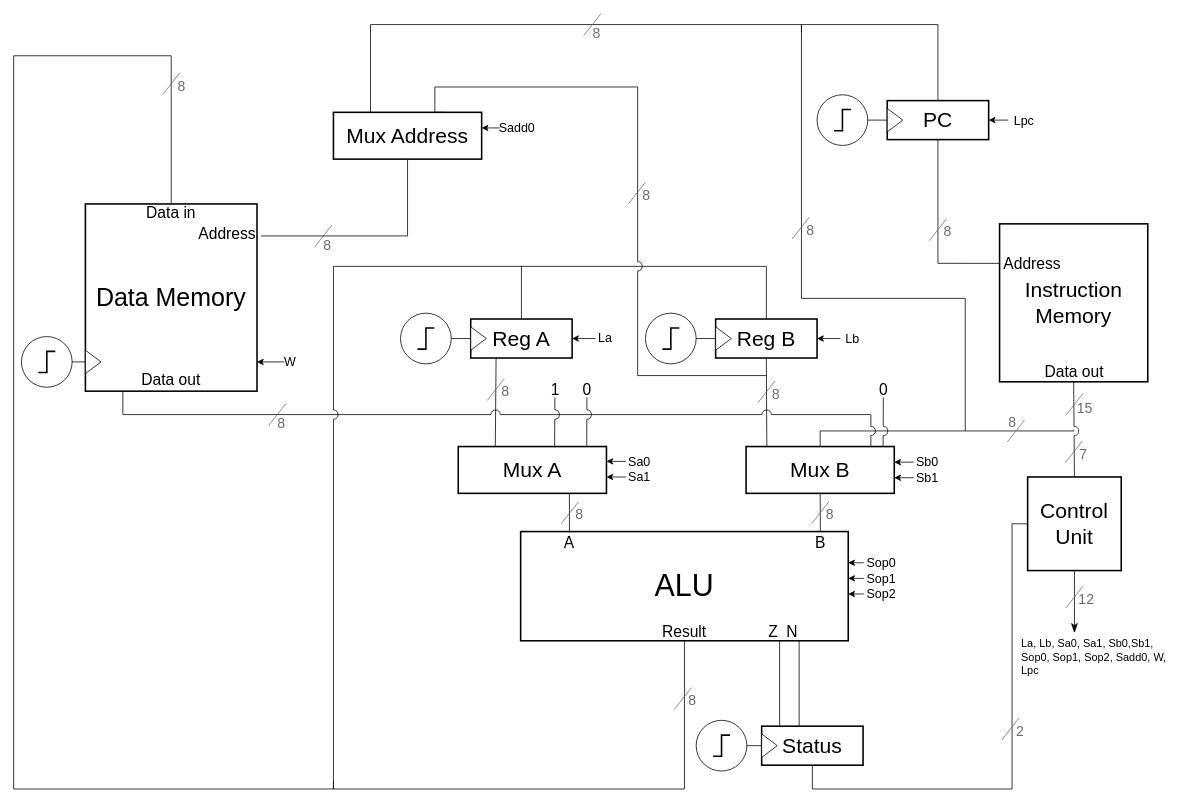
fediaz3/syllabus-2021-1 keeps this draw.io diagram as page "Diagram" (1 of 3) of Material complementario/diagrama_pc_basico.drawio. Above is the earlier version. Source tidied: cells renumbered, new cells numbered last; positions are measured from the earlier drawing's top-left corner, leaving out a move shared by most shapes. Both pictures are drawn from the tidied source at 78%, with x=0, y=0 at pixel (13, 13).
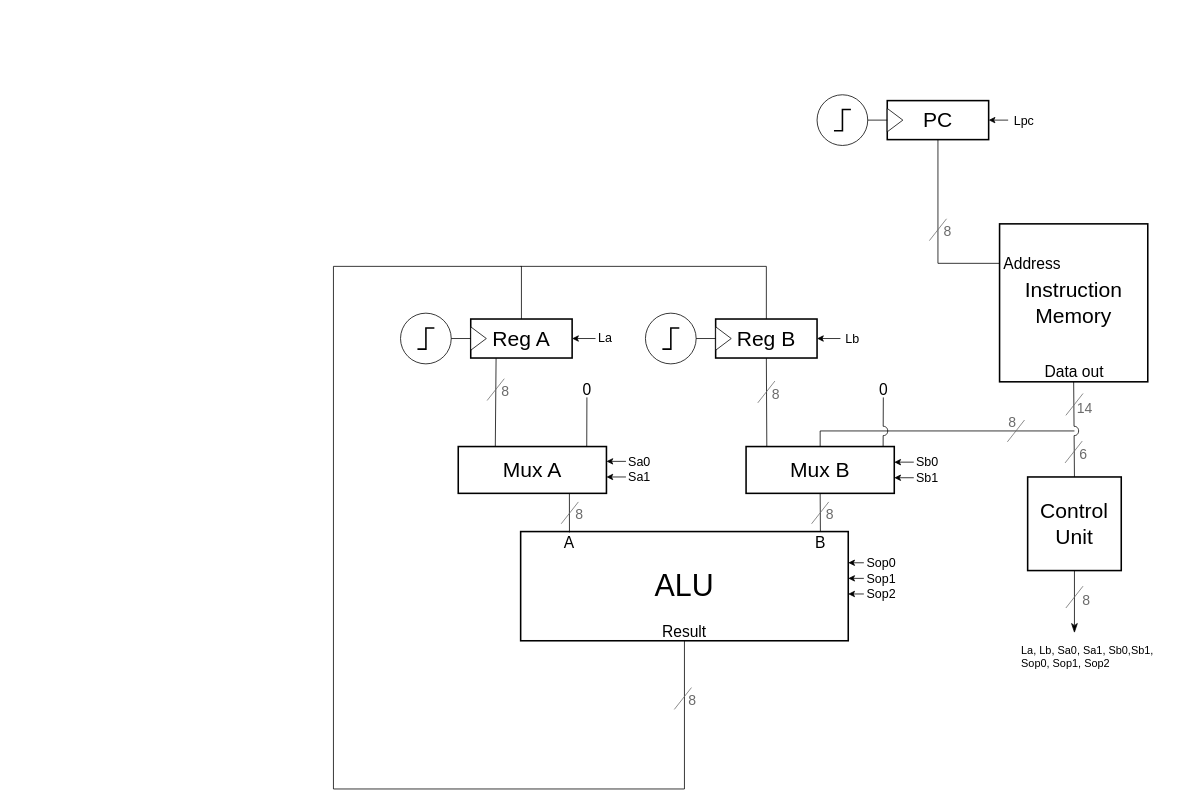
The same page after the edit.

Commit message (it also covers changes not shown here):
simplificacion diagrama alu

The change refers to these unchanged cells:
```xml
<mxCell id="10" value="&lt;font style=&quot;font-size: 27px&quot;&gt;Mux A&lt;/font&gt;" style="html=1;whiteSpace=wrap;strokeWidth=2;" parent="1" vertex="1">
  <mxGeometry x="570" y="555" width="190" height="60" as="geometry" />
</mxCell>
<mxCell id="13" value="&lt;font style=&quot;font-size: 27px&quot;&gt;Mux B&lt;br&gt;&lt;/font&gt;" style="html=1;whiteSpace=wrap;strokeWidth=2;" parent="1" vertex="1">
  <mxGeometry x="939" y="555" width="190" height="60" as="geometry" />
</mxCell>
<mxCell id="44" value="&lt;font style=&quot;font-size: 39px&quot;&gt;ALU&lt;br&gt;&lt;/font&gt;" style="html=1;whiteSpace=wrap;strokeWidth=2;" parent="1" vertex="1">
  <mxGeometry x="650" y="664" width="420" height="140" as="geometry" />
</mxCell>
<mxCell id="73" value="&lt;font style=&quot;font-size: 27px&quot;&gt;Control Unit&lt;br&gt;&lt;/font&gt;" style="html=1;whiteSpace=wrap;strokeWidth=2;" parent="1" vertex="1">
  <mxGeometry x="1300" y="594" width="120" height="120" as="geometry" />
</mxCell>
<mxCell id="95" value="&lt;font style=&quot;font-size: 27px&quot;&gt;PC&lt;br&gt;&lt;/font&gt;" style="html=1;whiteSpace=wrap;strokeWidth=2;" parent="1" vertex="1">
  <mxGeometry x="1120" y="111.5" width="130" height="50" as="geometry" />
</mxCell>
```

What changed in the source:
```diff
@@
-    <mxCell id="7" style="edgeStyle=orthogonalEdgeStyle;rounded=0;jumpStyle=arc;jumpSize=12;orthogonalLoop=1;jettySize=auto;html=1;endArrow=none;endFill=0;" parent="1" edge="1">
-      <mxGeometry relative="1" as="geometry">
-        <mxPoint x="965" y="464" as="sourcePoint" />
-        <mxPoint x="800" y="464" as="targetPoint" />
-        <Array as="points">
-          <mxPoint x="965" y="464" />
-        </Array>
-      </mxGeometry>
-    </mxCell>
@@
-    <mxCell id="14" style="edgeStyle=orthogonalEdgeStyle;rounded=0;jettySize=auto;html=1;entryX=0.842;entryY=0.003;entryDx=0;entryDy=0;entryPerimeter=0;jumpStyle=arc;jumpSize=12;endArrow=none;endFill=0;exitX=0.5;exitY=1;exitDx=0;exitDy=0;" parent="1" edge="1" source="15" target="13">
-      <mxGeometry relative="1" as="geometry">
-        <Array as="points">
-          <mxPoint x="140" y="514" />
-          <mxPoint x="1099" y="514" />
-        </Array>
-      </mxGeometry>
-    </mxCell>
-    <mxCell id="15" value="&lt;font style=&quot;font-size: 32px&quot;&gt;Data Memory&lt;br&gt;&lt;/font&gt;" style="html=1;whiteSpace=wrap;strokeWidth=2;" parent="1" vertex="1">
-      <mxGeometry x="92" y="244" width="220" height="240" as="geometry" />
-    </mxCell>
-    <mxCell id="16" value="&lt;font style=&quot;font-size: 20px&quot;&gt;Data out&lt;/font&gt;" style="text;html=1;strokeColor=none;fillColor=none;align=center;verticalAlign=middle;whiteSpace=wrap;rounded=0;" parent="15" vertex="1">
-      <mxGeometry x="60" y="215" width="100" height="20" as="geometry" />
-    </mxCell>
-    <mxCell id="17" value="&lt;span style=&quot;font-size: 20px&quot;&gt;Address&lt;/span&gt;" style="text;html=1;strokeColor=none;fillColor=none;align=center;verticalAlign=middle;whiteSpace=wrap;rounded=0;" parent="15" vertex="1">
-      <mxGeometry x="140" y="28" width="84" height="20" as="geometry" />
-    </mxCell>
-    <mxCell id="18" value="&lt;font style=&quot;font-size: 20px&quot;&gt;Data in&lt;/font&gt;" style="text;html=1;strokeColor=none;fillColor=none;align=center;verticalAlign=middle;whiteSpace=wrap;rounded=0;" parent="15" vertex="1">
-      <mxGeometry x="60" width="100" height="20" as="geometry" />
-    </mxCell>
@@
-    <mxCell id="23" style="edgeStyle=none;rounded=0;jumpStyle=arc;jumpSize=12;jettySize=auto;html=1;endArrow=none;endFill=0;endSize=6;strokeWidth=1;entryX=0.65;entryY=0.019;entryDx=0;entryDy=0;entryPerimeter=0;" parent="1" edge="1" source="24" target="10">
-      <mxGeometry relative="1" as="geometry" />
-    </mxCell>
-    <mxCell id="24" value="&lt;font style=&quot;font-size: 20px&quot;&gt;&lt;span&gt;1&lt;/span&gt;&lt;/font&gt;" style="text;html=1;align=center;verticalAlign=middle;points=[];" parent="1" vertex="1">
-      <mxGeometry x="679" y="472" width="30" height="20" as="geometry" />
-    </mxCell>
@@
-    <mxCell id="47" value="&lt;font style=&quot;font-size: 20px&quot;&gt;Z&amp;nbsp; N&amp;nbsp;&lt;br&gt;&lt;/font&gt;" style="text;html=1;align=center;verticalAlign=middle;fontSize=11;" parent="44" vertex="1">
-      <mxGeometry x="309" y="118" width="60" height="20" as="geometry" />
-    </mxCell>
@@
-    <mxCell id="64" style="edgeStyle=orthogonalEdgeStyle;rounded=0;jumpStyle=arc;jumpSize=12;jettySize=auto;html=1;exitX=0.5;exitY=1;exitDx=0;exitDy=0;entryX=0;entryY=0.5;entryDx=0;entryDy=0;endArrow=none;endFill=0;endSize=6;strokeColor=#000000;strokeWidth=1;fontSize=10;" parent="1" edge="1" source="65" target="73">
-      <mxGeometry relative="1" as="geometry">
-        <Array as="points">
-          <mxPoint x="1024" y="994" />
-          <mxPoint x="1280" y="994" />
-          <mxPoint x="1280" y="654" />
-        </Array>
-      </mxGeometry>
-    </mxCell>
-    <mxCell id="65" value="&lt;font style=&quot;font-size: 27px&quot;&gt;Status&lt;br&gt;&lt;/font&gt;" style="html=1;whiteSpace=wrap;strokeWidth=2;" parent="1" vertex="1">
-      <mxGeometry x="959" y="913.5" width="130" height="50" as="geometry" />
-    </mxCell>
-    <mxCell id="66" style="triangle;html=1;whiteSpace=wrap;" parent="65" vertex="1">
-      <mxGeometry y="10" width="20" height="30" as="geometry" />
-    </mxCell>
-    <mxCell id="67" style="group;" parent="1" vertex="1">
-      <mxGeometry x="875" y="906" width="65" height="65" as="geometry" />
-    </mxCell>
-    <mxCell id="68" style="verticalLabelPosition=middle;shadow=0;dashed=0;align=center;html=1;verticalAlign=middle;strokeWidth=1;shape=ellipse;fontSize=50;fontStyle=1;perimeter=ellipsePerimeter;" parent="67" vertex="1">
-      <mxGeometry width="65" height="65" as="geometry" />
-    </mxCell>
-    <mxCell id="69" style="verticalLabelPosition=bottom;shadow=0;dashed=0;align=center;html=1;verticalAlign=top;shape=mxgraph.electrical.waveforms.step_1;strokeWidth=2;" parent="67" vertex="1">
-      <mxGeometry x="21.7" y="19" width="21.7" height="27.1" as="geometry" />
-    </mxCell>
-    <mxCell id="70" style="rounded=0;jumpStyle=arc;jumpSize=16;jettySize=auto;html=1;exitX=1;exitY=0.5;exitDx=0;exitDy=0;strokeColor=#000000;endFill=0;anchorPointDirection=0;strokeWidth=1;snapToPoint=0;elbow=vertical;endArrow=none;startArrow=none;startFill=0;entryX=0;entryY=0.5;entryDx=0;entryDy=0;" parent="1" edge="1" source="68" target="66">
-      <mxGeometry relative="1" as="geometry" />
-    </mxCell>
-    <mxCell id="71" style="endArrow=none;html=1;strokeWidth=1;fontSize=10;" parent="1" edge="1">
-      <mxGeometry relative="1" as="geometry">
-        <mxPoint x="982" y="804" as="sourcePoint" />
-        <mxPoint x="982" y="914" as="targetPoint" />
-      </mxGeometry>
-    </mxCell>
-    <mxCell id="72" style="endArrow=none;html=1;strokeWidth=1;fontSize=10;" parent="1" edge="1">
-      <mxGeometry relative="1" as="geometry">
-        <mxPoint x="1007" y="804" as="sourcePoint" />
-        <mxPoint x="1007" y="914" as="targetPoint" />
-      </mxGeometry>
-    </mxCell>
@@
-    <mxCell id="74" style="verticalLabelPosition=bottom;shadow=0;dashed=0;align=center;html=1;verticalAlign=top;shape=mxgraph.electrical.transmission.bus_width;strokeColor=#6B6B6B;strokeWidth=1;movableLabel=1;" parent="1" vertex="1">
-      <mxGeometry x="1267" y="903" width="22" height="28" as="geometry">
-        <mxPoint x="21" y="-32" as="offset" />
-      </mxGeometry>
-    </mxCell>
-    <mxCell id="75" value="&lt;font style=&quot;font-size: 18px&quot; color=&quot;#6b6b6b&quot;&gt;2&lt;/font&gt;" style="text;html=1;align=center;verticalAlign=middle;fillColor=none;strokeColor=none;rounded=0;" parent="1" vertex="1">
-      <mxGeometry x="1275" y="910" width="30" height="20" as="geometry" />
-    </mxCell>
@@
-    <mxCell id="77" value="&lt;font style=&quot;font-size: 14px&quot;&gt;La, Lb, Sa0, Sa1, Sb0,Sb1, Sop0, Sop1, Sop2, Sadd0, W, Lpc&lt;br&gt;&lt;br&gt;&lt;/font&gt;" style="text;html=1;strokeColor=none;fillColor=none;align=left;verticalAlign=middle;whiteSpace=wrap;rounded=0;fontSize=10;" parent="1" vertex="1">
+    <mxCell id="77" value="&lt;font style=&quot;font-size: 14px&quot;&gt;La, Lb, Sa0, Sa1, Sb0,Sb1, Sop0, Sop1, Sop2&lt;br&gt;&lt;br&gt;&lt;/font&gt;" style="text;html=1;strokeColor=none;fillColor=none;align=left;verticalAlign=middle;whiteSpace=wrap;rounded=0;fontSize=10;" parent="1" vertex="1">
       <mxGeometry x="1290" y="781" width="196" height="103" as="geometry" />
     </mxCell>
@@
-    <mxCell id="79" value="&lt;font style=&quot;font-size: 18px&quot; color=&quot;#6b6b6b&quot;&gt;12&lt;/font&gt;" style="text;html=1;align=center;verticalAlign=middle;fillColor=none;strokeColor=none;rounded=0;" parent="1" vertex="1">
-      <mxGeometry x="1355" y="742" width="40" height="20" as="geometry" />
+    <mxCell id="79" value="&lt;font style=&quot;font-size: 18px&quot; color=&quot;#6b6b6b&quot;&gt;8&lt;/font&gt;" style="text;html=1;align=center;verticalAlign=middle;fillColor=none;strokeColor=none;rounded=0;" parent="1" vertex="1">
+      <mxGeometry x="1360" y="742" width="30" height="20" as="geometry" />
     </mxCell>
@@
-    <mxCell id="91" value="&lt;font style=&quot;font-size: 18px&quot; color=&quot;#6b6b6b&quot;&gt;15&lt;/font&gt;" style="text;html=1;align=center;verticalAlign=middle;fillColor=none;strokeColor=none;rounded=0;" parent="1" vertex="1">
+    <mxCell id="91" value="&lt;font style=&quot;font-size: 18px&quot; color=&quot;#6b6b6b&quot;&gt;14&lt;/font&gt;" style="text;html=1;align=center;verticalAlign=middle;fillColor=none;strokeColor=none;rounded=0;" parent="1" vertex="1">
       <mxGeometry x="1353" y="496" width="40" height="20" as="geometry" />
     </mxCell>
@@
-    <mxCell id="93" value="&lt;font style=&quot;font-size: 18px&quot; color=&quot;#6b6b6b&quot;&gt;7&lt;/font&gt;" style="text;html=1;align=center;verticalAlign=middle;fillColor=none;strokeColor=none;rounded=0;" parent="1" vertex="1">
+    <mxCell id="93" value="&lt;font style=&quot;font-size: 18px&quot; color=&quot;#6b6b6b&quot;&gt;6&lt;/font&gt;" style="text;html=1;align=center;verticalAlign=middle;fillColor=none;strokeColor=none;rounded=0;" parent="1" vertex="1">
       <mxGeometry x="1356" y="556" width="30" height="20" as="geometry" />
     </mxCell>
@@
-    <mxCell id="105" style="edgeStyle=orthogonalEdgeStyle;rounded=0;jumpStyle=arc;jumpSize=12;jettySize=auto;html=1;exitX=0.5;exitY=0;exitDx=0;exitDy=0;endArrow=none;endFill=0;" parent="1" edge="1" source="95">
-      <mxGeometry relative="1" as="geometry">
-        <mxPoint x="1220" y="535" as="targetPoint" />
-        <Array as="points">
-          <mxPoint x="1185" y="14" />
-          <mxPoint x="1010" y="14" />
-          <mxPoint x="1010" y="365" />
-          <mxPoint x="1220" y="365" />
-        </Array>
-      </mxGeometry>
-    </mxCell>
-    <mxCell id="106" style="verticalLabelPosition=bottom;shadow=0;dashed=0;align=center;html=1;verticalAlign=top;shape=mxgraph.electrical.transmission.bus_width;strokeColor=#6B6B6B;strokeWidth=1;movableLabel=1;" parent="1" vertex="1">
-      <mxGeometry x="998" y="261" width="22" height="28" as="geometry">
-        <mxPoint x="21" y="-32" as="offset" />
-      </mxGeometry>
-    </mxCell>
-    <mxCell id="107" value="&lt;font style=&quot;font-size: 18px&quot; color=&quot;#6b6b6b&quot;&gt;8&lt;/font&gt;" style="text;html=1;align=center;verticalAlign=middle;fillColor=none;strokeColor=none;rounded=0;" parent="1" vertex="1">
-      <mxGeometry x="1006" y="268" width="30" height="20" as="geometry" />
-    </mxCell>
-    <mxCell id="108" style="triangle;html=1;whiteSpace=wrap;" parent="1" vertex="1">
-      <mxGeometry x="92" y="431.5" width="20" height="30" as="geometry" />
-    </mxCell>
-    <mxCell id="109" style="group;" parent="1" vertex="1">
-      <mxGeometry x="10" y="414" width="65" height="65" as="geometry" />
-    </mxCell>
-    <mxCell id="110" style="verticalLabelPosition=middle;shadow=0;dashed=0;align=center;html=1;verticalAlign=middle;strokeWidth=1;shape=ellipse;fontSize=50;fontStyle=1;perimeter=ellipsePerimeter;" parent="109" vertex="1">
-      <mxGeometry width="65" height="65" as="geometry" />
-    </mxCell>
-    <mxCell id="111" style="verticalLabelPosition=bottom;shadow=0;dashed=0;align=center;html=1;verticalAlign=top;shape=mxgraph.electrical.waveforms.step_1;strokeWidth=2;" parent="109" vertex="1">
-      <mxGeometry x="21.7" y="19" width="21.7" height="27.1" as="geometry" />
-    </mxCell>
-    <mxCell id="112" style="rounded=0;jumpStyle=arc;jumpSize=16;jettySize=auto;html=1;entryX=0;entryY=0.5;entryDx=0;entryDy=0;strokeColor=#000000;endFill=0;anchorPointDirection=0;strokeWidth=1;snapToPoint=0;elbow=vertical;endArrow=none;startArrow=none;startFill=0;exitX=1;exitY=0.5;exitDx=0;exitDy=0;" parent="1" edge="1" source="110" target="108">
-      <mxGeometry relative="1" as="geometry" />
-    </mxCell>
-    <mxCell id="113" style="edgeStyle=none;rounded=0;jumpStyle=arc;jumpSize=16;jettySize=auto;html=1;startArrow=none;startFill=0;endArrow=classic;endFill=1;strokeColor=#000000;strokeWidth=1;" parent="1" edge="1" source="114">
-      <mxGeometry relative="1" as="geometry">
-        <mxPoint x="312" y="446.5" as="targetPoint" />
-      </mxGeometry>
-    </mxCell>
-    <mxCell id="114" value="&lt;font size=&quot;1&quot;&gt;&lt;span style=&quot;font-size: 16px&quot;&gt;W&lt;/span&gt;&lt;/font&gt;" style="text;html=1;align=center;verticalAlign=middle;points=[];spacing=0;spacingLeft=-7;spacingTop=-1;" parent="1" vertex="1">
-      <mxGeometry x="347" y="436.5" width="20" height="20" as="geometry" />
-    </mxCell>
-    <mxCell id="115" style="edgeStyle=orthogonalEdgeStyle;rounded=0;jumpStyle=arc;jumpSize=12;jettySize=auto;html=1;endArrow=none;endFill=0;exitX=0.5;exitY=0;exitDx=0;exitDy=0;" parent="1" edge="1" source="18">
-      <mxGeometry relative="1" as="geometry">
-        <mxPoint x="410" y="984" as="targetPoint" />
-        <Array as="points">
-          <mxPoint x="202" y="54" />
-          <mxPoint y="54" />
-          <mxPoint y="994" />
-          <mxPoint x="410" y="994" />
-        </Array>
-      </mxGeometry>
-    </mxCell>
-    <mxCell id="116" style="verticalLabelPosition=bottom;shadow=0;dashed=0;align=center;html=1;verticalAlign=top;shape=mxgraph.electrical.transmission.bus_width;strokeColor=#6B6B6B;strokeWidth=1;movableLabel=1;" parent="1" vertex="1">
-      <mxGeometry x="191" y="76" width="22" height="28" as="geometry">
-        <mxPoint x="21" y="-32" as="offset" />
-      </mxGeometry>
-    </mxCell>
-    <mxCell id="117" value="&lt;font style=&quot;font-size: 18px&quot; color=&quot;#6b6b6b&quot;&gt;8&lt;/font&gt;" style="text;html=1;align=center;verticalAlign=middle;fillColor=none;strokeColor=none;rounded=0;" parent="1" vertex="1">
-      <mxGeometry x="200" y="84" width="30" height="20" as="geometry" />
-    </mxCell>
-    <mxCell id="118" style="verticalLabelPosition=bottom;shadow=0;dashed=0;align=center;html=1;verticalAlign=top;shape=mxgraph.electrical.transmission.bus_width;strokeColor=#6B6B6B;strokeWidth=1;movableLabel=1;" parent="1" vertex="1">
-      <mxGeometry x="386" y="271" width="22" height="28" as="geometry">
-        <mxPoint x="21" y="-32" as="offset" />
-      </mxGeometry>
-    </mxCell>
-    <mxCell id="119" value="&lt;font style=&quot;font-size: 18px&quot; color=&quot;#6b6b6b&quot;&gt;8&lt;/font&gt;" style="text;html=1;align=center;verticalAlign=middle;fillColor=none;strokeColor=none;rounded=0;" parent="1" vertex="1">
-      <mxGeometry x="387" y="287" width="30" height="20" as="geometry" />
-    </mxCell>
-    <mxCell id="120" style="edgeStyle=orthogonalEdgeStyle;rounded=0;jumpStyle=arc;jumpSize=12;jettySize=auto;html=1;exitX=0.5;exitY=1;exitDx=0;exitDy=0;endArrow=none;endFill=0;entryX=1;entryY=0.171;entryDx=0;entryDy=0;entryPerimeter=0;" parent="1" edge="1" source="123">
-      <mxGeometry relative="1" as="geometry">
-        <mxPoint x="317" y="285" as="targetPoint" />
-        <Array as="points">
-          <mxPoint x="505" y="285" />
-        </Array>
-      </mxGeometry>
-    </mxCell>
-    <mxCell id="121" style="edgeStyle=orthogonalEdgeStyle;rounded=0;jumpStyle=arc;jumpSize=12;jettySize=auto;html=1;exitX=0.75;exitY=0;exitDx=0;exitDy=0;endArrow=none;endFill=0;" parent="1" edge="1" source="123">
-      <mxGeometry relative="1" as="geometry">
-        <mxPoint x="800" y="464" as="targetPoint" />
-        <Array as="points">
-          <mxPoint x="540" y="127" />
-          <mxPoint x="540" y="94" />
-          <mxPoint x="800" y="94" />
-        </Array>
-      </mxGeometry>
-    </mxCell>
-    <mxCell id="122" style="edgeStyle=orthogonalEdgeStyle;rounded=0;jumpStyle=arc;jumpSize=12;jettySize=auto;html=1;exitX=0.25;exitY=0;exitDx=0;exitDy=0;endArrow=none;endFill=0;" parent="1" edge="1" source="123">
-      <mxGeometry relative="1" as="geometry">
-        <mxPoint x="1010" y="24" as="targetPoint" />
-        <Array as="points">
-          <mxPoint x="458" y="14" />
-          <mxPoint x="1010" y="14" />
-        </Array>
-      </mxGeometry>
-    </mxCell>
-    <mxCell id="123" value="&lt;font style=&quot;font-size: 27px&quot;&gt;Mux Address&lt;br&gt;&lt;/font&gt;" style="html=1;whiteSpace=wrap;strokeWidth=2;" parent="1" vertex="1">
-      <mxGeometry x="410" y="126.5" width="190" height="60" as="geometry" />
-    </mxCell>
-    <mxCell id="124" style="edgeStyle=none;rounded=0;jumpStyle=arc;jumpSize=16;jettySize=auto;html=1;startArrow=none;startFill=0;endArrow=classic;endFill=1;strokeColor=#000000;strokeWidth=1;" parent="1" edge="1" source="125">
-      <mxGeometry relative="1" as="geometry">
-        <mxPoint x="600" y="146.5" as="targetPoint" />
-      </mxGeometry>
-    </mxCell>
-    <mxCell id="125" value="&lt;font size=&quot;1&quot;&gt;&lt;span style=&quot;font-size: 16px&quot;&gt;Sadd0&lt;br&gt;&lt;/span&gt;&lt;/font&gt;" style="text;html=1;align=center;verticalAlign=middle;points=[];spacing=0;spacingLeft=-7;spacingTop=-1;" parent="1" vertex="1">
-      <mxGeometry x="623" y="136.5" width="50" height="20" as="geometry" />
-    </mxCell>
-    <mxCell id="126" style="verticalLabelPosition=bottom;shadow=0;dashed=0;align=center;html=1;verticalAlign=top;shape=mxgraph.electrical.transmission.bus_width;strokeColor=#6B6B6B;strokeWidth=1;movableLabel=1;" parent="1" vertex="1">
-      <mxGeometry x="788" y="216" width="22" height="28" as="geometry">
-        <mxPoint x="21" y="-32" as="offset" />
-      </mxGeometry>
-    </mxCell>
-    <mxCell id="127" value="&lt;font style=&quot;font-size: 18px&quot; color=&quot;#6b6b6b&quot;&gt;8&lt;/font&gt;" style="text;html=1;align=center;verticalAlign=middle;fillColor=none;strokeColor=none;rounded=0;" parent="1" vertex="1">
-      <mxGeometry x="796" y="223" width="30" height="20" as="geometry" />
-    </mxCell>
-    <mxCell id="128" style="verticalLabelPosition=bottom;shadow=0;dashed=0;align=center;html=1;verticalAlign=top;shape=mxgraph.electrical.transmission.bus_width;strokeColor=#6B6B6B;strokeWidth=1;movableLabel=1;" parent="1" vertex="1">
-      <mxGeometry x="731" width="22" height="28" as="geometry">
-        <mxPoint x="21" y="-32" as="offset" />
-      </mxGeometry>
-    </mxCell>
-    <mxCell id="129" value="&lt;font style=&quot;font-size: 18px&quot; color=&quot;#6b6b6b&quot;&gt;8&lt;/font&gt;" style="text;html=1;align=center;verticalAlign=middle;fillColor=none;strokeColor=none;rounded=0;" parent="1" vertex="1">
-      <mxGeometry x="732" y="16" width="30" height="20" as="geometry" />
-    </mxCell>
-    <mxCell id="130" style="verticalLabelPosition=bottom;shadow=0;dashed=0;align=center;html=1;verticalAlign=top;shape=mxgraph.electrical.transmission.bus_width;strokeColor=#6B6B6B;strokeWidth=1;movableLabel=1;" parent="1" vertex="1">
-      <mxGeometry x="327" y="500" width="22" height="28" as="geometry">
-        <mxPoint x="21" y="-32" as="offset" />
-      </mxGeometry>
-    </mxCell>
-    <mxCell id="131" value="&lt;font style=&quot;font-size: 18px&quot; color=&quot;#6b6b6b&quot;&gt;8&lt;/font&gt;" style="text;html=1;align=center;verticalAlign=middle;fillColor=none;strokeColor=none;rounded=0;" parent="1" vertex="1">
-      <mxGeometry x="328" y="516" width="30" height="20" as="geometry" />
-    </mxCell>
```
